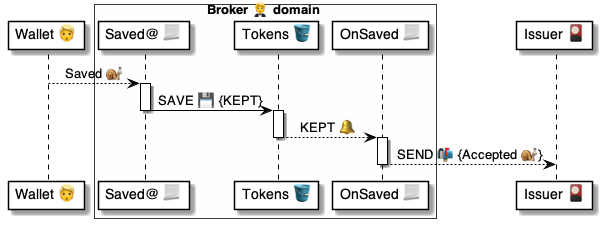
Earlier version of the PlantUML export 4 ⚙️ Solution/20 🧑‍🦰 UI/Brokers 🤵/🤵🪣 Broker tables/Tokens 🎫 table/🪣🔔 On Kept/🤵 OnTokenKept ⚙️ uml.png (pollyweb-org/pollyweb-docs). Its source is kept beside it as 4 ⚙️ Solution/20 🧑‍🦰 UI/Brokers 🤵/🤵🪣 Broker tables/Tokens 🎫 table/🪣🔔 On Kept/🤵 OnTokenKept ⚙️ uml.puml.
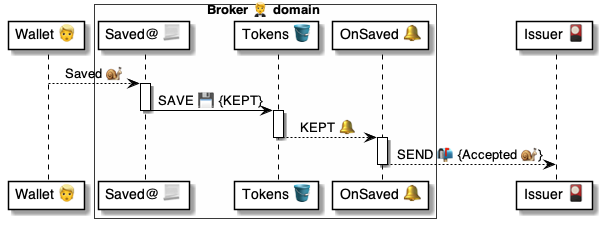
Later version of the same file.

The edit, as a diff of the source:
```diff
@@ -5,7 +5,7 @@
 box Broker 🤵 domain #FFFFFA
     participant "Saved@ 📃" as script
     participant "Tokens 🪣" as tokens
-    participant "OnSaved 📃" as change
+    participant "OnSaved 🔔" as change
 end box
 
 participant "Issuer 🎴" as issuer
```
